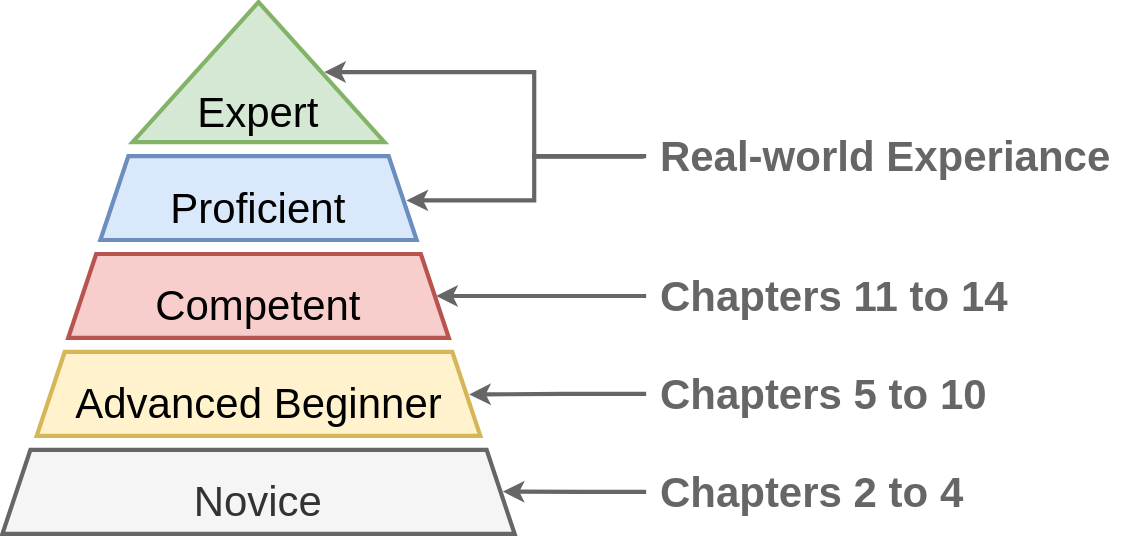
Before: docs/chp1/dreyfus.svg, a diagram exported from draw.io (tnballo/high-assurance-rust). Source tidied: cells renumbered, new cells last; positions are measured from the earlier drawing's top-left corner, leaving out a move shared by most shapes. The source it was exported from:
```xml
<mxGraphModel>
  <root>
    <mxCell id="0" />
    <mxCell id="1" parent="0" />
    <mxCell id="2" value="&lt;br&gt;&lt;font style=&quot;font-size: 30px&quot;&gt;Proficient&lt;/font&gt;" style="shape=trapezoid;perimeter=trapezoidPerimeter;whiteSpace=wrap;html=1;fixedSize=1;strokeWidth=3;fillColor=#dae8fc;strokeColor=#6c8ebf;" parent="1" vertex="1">
      <mxGeometry x="70" y="110" width="226" height="60" as="geometry" />
    </mxCell>
    <mxCell id="3" value="Expert" style="triangle;whiteSpace=wrap;html=1;fontSize=30;strokeWidth=3;direction=north;verticalAlign=bottom;fillColor=#d5e8d4;strokeColor=#82b366;" parent="1" vertex="1">
      <mxGeometry x="93" width="180" height="100" as="geometry" />
    </mxCell>
    <mxCell id="4" value="&lt;br&gt;&lt;font style=&quot;font-size: 30px&quot;&gt;Competent&lt;br&gt;&lt;/font&gt;" style="shape=trapezoid;perimeter=trapezoidPerimeter;whiteSpace=wrap;html=1;fixedSize=1;strokeWidth=3;fillColor=#f8cecc;strokeColor=#b85450;" parent="1" vertex="1">
      <mxGeometry x="47" y="180" width="272" height="60" as="geometry" />
    </mxCell>
    <mxCell id="5" value="&lt;br&gt;&lt;font style=&quot;font-size: 30px&quot;&gt;Advanced Beginner&lt;br&gt;&lt;/font&gt;" style="shape=trapezoid;perimeter=trapezoidPerimeter;whiteSpace=wrap;html=1;fixedSize=1;strokeWidth=3;fillColor=#fff2cc;strokeColor=#d6b656;fontStyle=0;" parent="1" vertex="1">
      <mxGeometry x="24.5" y="250" width="317" height="60" as="geometry" />
    </mxCell>
    <mxCell id="6" value="&lt;br&gt;&lt;font style=&quot;font-size: 30px&quot;&gt;Novice&lt;br&gt;&lt;/font&gt;" style="shape=trapezoid;perimeter=trapezoidPerimeter;whiteSpace=wrap;html=1;fixedSize=1;strokeWidth=3;fillColor=#f5f5f5;strokeColor=#666666;fontColor=#333333;fontStyle=0;" parent="1" vertex="1">
      <mxGeometry y="320" width="366" height="60" as="geometry" />
    </mxCell>
    <mxCell id="7" style="edgeStyle=orthogonalEdgeStyle;rounded=0;jettySize=auto;html=1;fontSize=30;strokeWidth=3;entryX=0.977;entryY=0.496;entryDx=0;entryDy=0;entryPerimeter=0;fontColor=#666666;strokeColor=#666666;" parent="1" edge="1" source="8" target="6">
      <mxGeometry relative="1" as="geometry" />
    </mxCell>
    <mxCell id="8" value="&lt;div align=&quot;left&quot;&gt;&lt;font style=&quot;font-size: 30px&quot;&gt;&amp;nbsp;Chapters 2 to 4&lt;/font&gt;&lt;/div&gt;" style="text;html=1;strokeColor=none;fillColor=none;align=left;verticalAlign=middle;whiteSpace=wrap;rounded=0;fontColor=#666666;fontStyle=1;" parent="1" vertex="1">
      <mxGeometry x="460" y="320" width="340" height="60" as="geometry" />
    </mxCell>
    <mxCell id="9" style="edgeStyle=orthogonalEdgeStyle;rounded=0;jettySize=auto;html=1;fontSize=30;strokeWidth=3;entryX=0.975;entryY=0.506;entryDx=0;entryDy=0;entryPerimeter=0;fontColor=#666666;strokeColor=#666666;" parent="1" edge="1" source="10" target="5">
      <mxGeometry relative="1" as="geometry" />
    </mxCell>
    <mxCell id="10" value="&lt;div align=&quot;left&quot;&gt;&lt;font style=&quot;font-size: 30px&quot;&gt;&amp;nbsp;Chapters 5 to 10&lt;br&gt;&lt;/font&gt;&lt;/div&gt;" style="text;html=1;strokeColor=none;fillColor=none;align=left;verticalAlign=middle;whiteSpace=wrap;rounded=0;fontColor=#666666;fontStyle=1;" parent="1" vertex="1">
      <mxGeometry x="460" y="250" width="340" height="60" as="geometry" />
    </mxCell>
    <mxCell id="11" value="&lt;div align=&quot;left&quot;&gt;&lt;font style=&quot;font-size: 30px&quot;&gt;&amp;nbsp;Chapters 11 to 14&lt;br&gt;&lt;/font&gt;&lt;/div&gt;" style="text;html=1;strokeColor=none;fillColor=none;align=left;verticalAlign=middle;whiteSpace=wrap;rounded=0;fontColor=#666666;fontStyle=1;" parent="1" vertex="1">
      <mxGeometry x="460" y="180" width="340" height="60" as="geometry" />
    </mxCell>
    <mxCell id="12" style="edgeStyle=orthogonalEdgeStyle;rounded=0;jettySize=auto;html=1;fontSize=30;strokeWidth=3;exitX=0;exitY=0.5;exitDx=0;exitDy=0;fontColor=#666666;strokeColor=#666666;" parent="1" edge="1" source="11">
      <mxGeometry relative="1" as="geometry">
        <mxPoint x="310" y="210" as="targetPoint" />
      </mxGeometry>
    </mxCell>
    <mxCell id="13" value="&lt;div align=&quot;left&quot;&gt;&lt;font style=&quot;font-size: 30px&quot;&gt;&amp;nbsp;Real-world Experiance&lt;br&gt;&lt;/font&gt;&lt;/div&gt;" style="text;html=1;strokeColor=none;fillColor=none;align=left;verticalAlign=middle;whiteSpace=wrap;rounded=0;fontColor=#666666;fontStyle=1;" parent="1" vertex="1">
      <mxGeometry x="460" y="80" width="340" height="60" as="geometry" />
    </mxCell>
    <mxCell id="14" style="edgeStyle=orthogonalEdgeStyle;rounded=0;jettySize=auto;html=1;fontSize=30;strokeWidth=3;exitX=-0.005;exitY=0.506;exitDx=0;exitDy=0;exitPerimeter=0;entryX=0.968;entryY=0.528;entryDx=0;entryDy=0;entryPerimeter=0;strokeColor=#666666;" parent="1" edge="1" source="13" target="2">
      <mxGeometry relative="1" as="geometry">
        <Array as="points">
          <mxPoint x="380" y="110" />
          <mxPoint x="380" y="142" />
        </Array>
      </mxGeometry>
    </mxCell>
    <mxCell id="15" style="edgeStyle=orthogonalEdgeStyle;rounded=0;jettySize=auto;html=1;fontSize=30;strokeWidth=3;exitX=0;exitY=0.5;exitDx=0;exitDy=0;strokeColor=#666666;" parent="1" edge="1" source="13">
      <mxGeometry relative="1" as="geometry">
        <mxPoint x="230" y="50" as="targetPoint" />
        <Array as="points">
          <mxPoint x="380" y="110" />
          <mxPoint x="380" y="50" />
        </Array>
      </mxGeometry>
    </mxCell>
  </root>
</mxGraphModel>
```
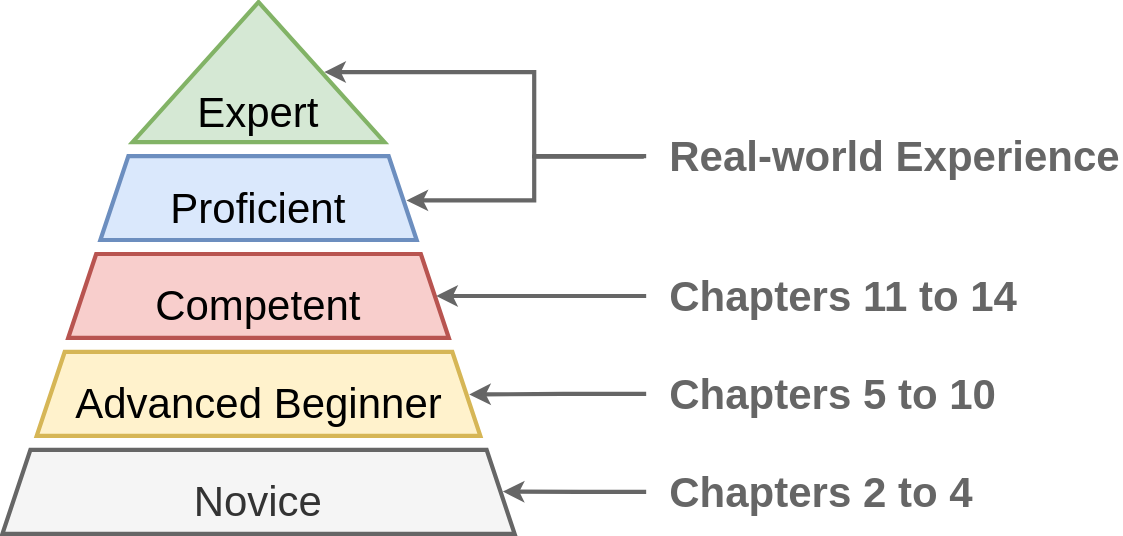
The same file after the commit.

Diff of the diagram source:
```diff
@@ -20,16 +20,16 @@
     <mxCell id="7" style="edgeStyle=orthogonalEdgeStyle;rounded=0;jettySize=auto;html=1;fontSize=30;strokeWidth=3;entryX=0.977;entryY=0.496;entryDx=0;entryDy=0;entryPerimeter=0;fontColor=#666666;strokeColor=#666666;" parent="1" edge="1" source="8" target="6">
       <mxGeometry relative="1" as="geometry" />
     </mxCell>
-    <mxCell id="8" value="&lt;div align=&quot;left&quot;&gt;&lt;font style=&quot;font-size: 30px&quot;&gt;&amp;nbsp;Chapters 2 to 4&lt;/font&gt;&lt;/div&gt;" style="text;html=1;strokeColor=none;fillColor=none;align=left;verticalAlign=middle;whiteSpace=wrap;rounded=0;fontColor=#666666;fontStyle=1;" parent="1" vertex="1">
+    <mxCell id="8" value="&lt;div align=&quot;left&quot;&gt;&lt;font style=&quot;font-size: 30px&quot;&gt;Chapters 2 to 4&lt;/font&gt;&lt;/div&gt;" style="text;html=1;strokeColor=none;fillColor=none;align=left;verticalAlign=middle;whiteSpace=wrap;rounded=0;fontColor=#666666;fontStyle=1;spacingLeft=15;" parent="1" vertex="1">
       <mxGeometry x="460" y="320" width="340" height="60" as="geometry" />
     </mxCell>
     <mxCell id="9" style="edgeStyle=orthogonalEdgeStyle;rounded=0;jettySize=auto;html=1;fontSize=30;strokeWidth=3;entryX=0.975;entryY=0.506;entryDx=0;entryDy=0;entryPerimeter=0;fontColor=#666666;strokeColor=#666666;" parent="1" edge="1" source="10" target="5">
       <mxGeometry relative="1" as="geometry" />
     </mxCell>
-    <mxCell id="10" value="&lt;div align=&quot;left&quot;&gt;&lt;font style=&quot;font-size: 30px&quot;&gt;&amp;nbsp;Chapters 5 to 10&lt;br&gt;&lt;/font&gt;&lt;/div&gt;" style="text;html=1;strokeColor=none;fillColor=none;align=left;verticalAlign=middle;whiteSpace=wrap;rounded=0;fontColor=#666666;fontStyle=1;" parent="1" vertex="1">
+    <mxCell id="10" value="&lt;div align=&quot;left&quot;&gt;&lt;font style=&quot;font-size: 30px&quot;&gt;Chapters 5 to 10&lt;br&gt;&lt;/font&gt;&lt;/div&gt;" style="text;html=1;strokeColor=none;fillColor=none;align=left;verticalAlign=middle;whiteSpace=wrap;rounded=0;fontColor=#666666;fontStyle=1;spacingLeft=15;" parent="1" vertex="1">
       <mxGeometry x="460" y="250" width="340" height="60" as="geometry" />
     </mxCell>
-    <mxCell id="11" value="&lt;div align=&quot;left&quot;&gt;&lt;font style=&quot;font-size: 30px&quot;&gt;&amp;nbsp;Chapters 11 to 14&lt;br&gt;&lt;/font&gt;&lt;/div&gt;" style="text;html=1;strokeColor=none;fillColor=none;align=left;verticalAlign=middle;whiteSpace=wrap;rounded=0;fontColor=#666666;fontStyle=1;" parent="1" vertex="1">
+    <mxCell id="11" value="&lt;div align=&quot;left&quot;&gt;&lt;font style=&quot;font-size: 30px&quot;&gt;Chapters 11 to 14&lt;br&gt;&lt;/font&gt;&lt;/div&gt;" style="text;html=1;strokeColor=none;fillColor=none;align=left;verticalAlign=middle;whiteSpace=wrap;rounded=0;fontColor=#666666;fontStyle=1;spacingLeft=15;" parent="1" vertex="1">
       <mxGeometry x="460" y="180" width="340" height="60" as="geometry" />
     </mxCell>
     <mxCell id="12" style="edgeStyle=orthogonalEdgeStyle;rounded=0;jettySize=auto;html=1;fontSize=30;strokeWidth=3;exitX=0;exitY=0.5;exitDx=0;exitDy=0;fontColor=#666666;strokeColor=#666666;" parent="1" edge="1" source="11">
@@ -37,7 +37,7 @@
         <mxPoint x="310" y="210" as="targetPoint" />
       </mxGeometry>
     </mxCell>
-    <mxCell id="13" value="&lt;div align=&quot;left&quot;&gt;&lt;font style=&quot;font-size: 30px&quot;&gt;&amp;nbsp;Real-world Experiance&lt;br&gt;&lt;/font&gt;&lt;/div&gt;" style="text;html=1;strokeColor=none;fillColor=none;align=left;verticalAlign=middle;whiteSpace=wrap;rounded=0;fontColor=#666666;fontStyle=1;" parent="1" vertex="1">
+    <mxCell id="13" value="&lt;div align=&quot;left&quot;&gt;&lt;font style=&quot;font-size: 30px&quot;&gt;Real-world Experience&lt;br&gt;&lt;/font&gt;&lt;/div&gt;" style="text;html=1;strokeColor=none;fillColor=none;align=left;verticalAlign=middle;whiteSpace=wrap;rounded=0;fontColor=#666666;fontStyle=1;spacingLeft=15;" parent="1" vertex="1">
       <mxGeometry x="460" y="80" width="340" height="60" as="geometry" />
     </mxCell>
     <mxCell id="14" style="edgeStyle=orthogonalEdgeStyle;rounded=0;jettySize=auto;html=1;fontSize=30;strokeWidth=3;exitX=-0.005;exitY=0.506;exitDx=0;exitDy=0;exitPerimeter=0;entryX=0.968;entryY=0.528;entryDx=0;entryDy=0;entryPerimeter=0;strokeColor=#666666;" parent="1" edge="1" source="13" target="2">
```
